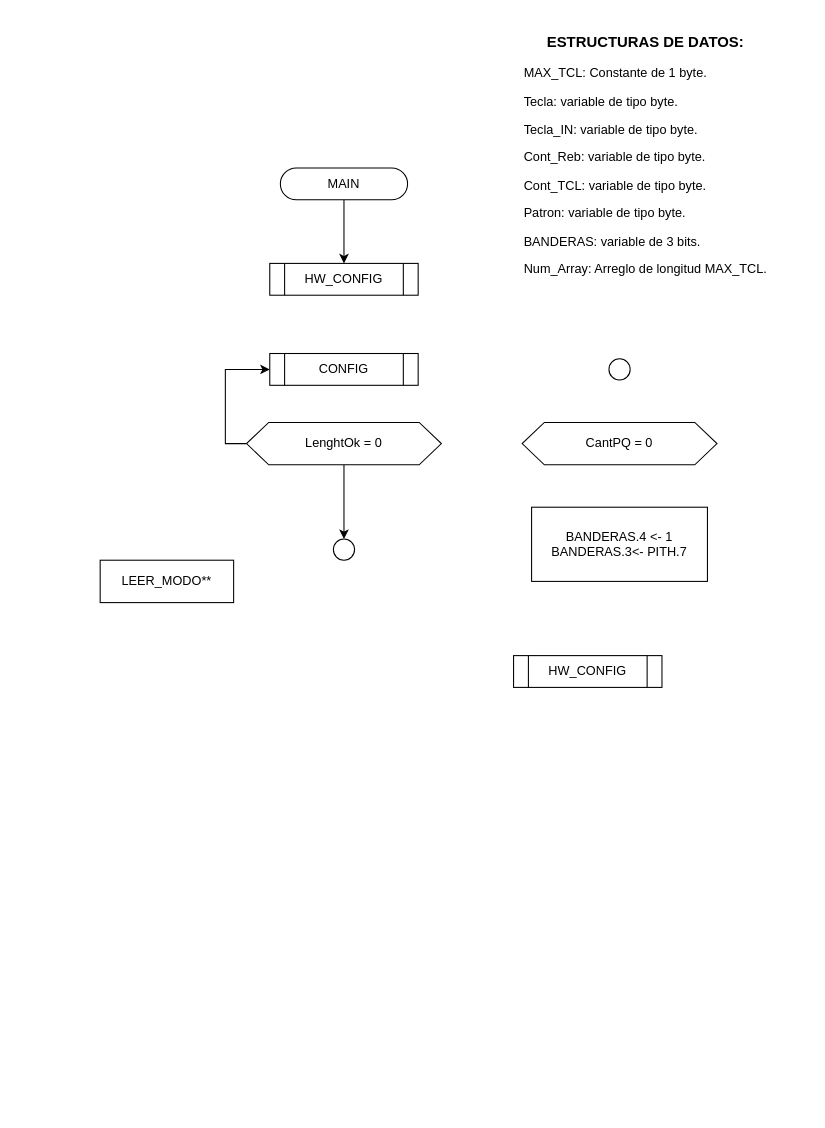
Above: Proyecto/diagrams/main.drawio in moisotico/Microprocesadores (draw.io), before the change. Source tidied: cells renumbered, new cells numbered last; positions are measured from the earlier drawing's top-left corner, leaving out a move shared by most shapes. Both pictures are drawn from the tidied source at 106%, with x=0, y=0 at pixel (100, 30).
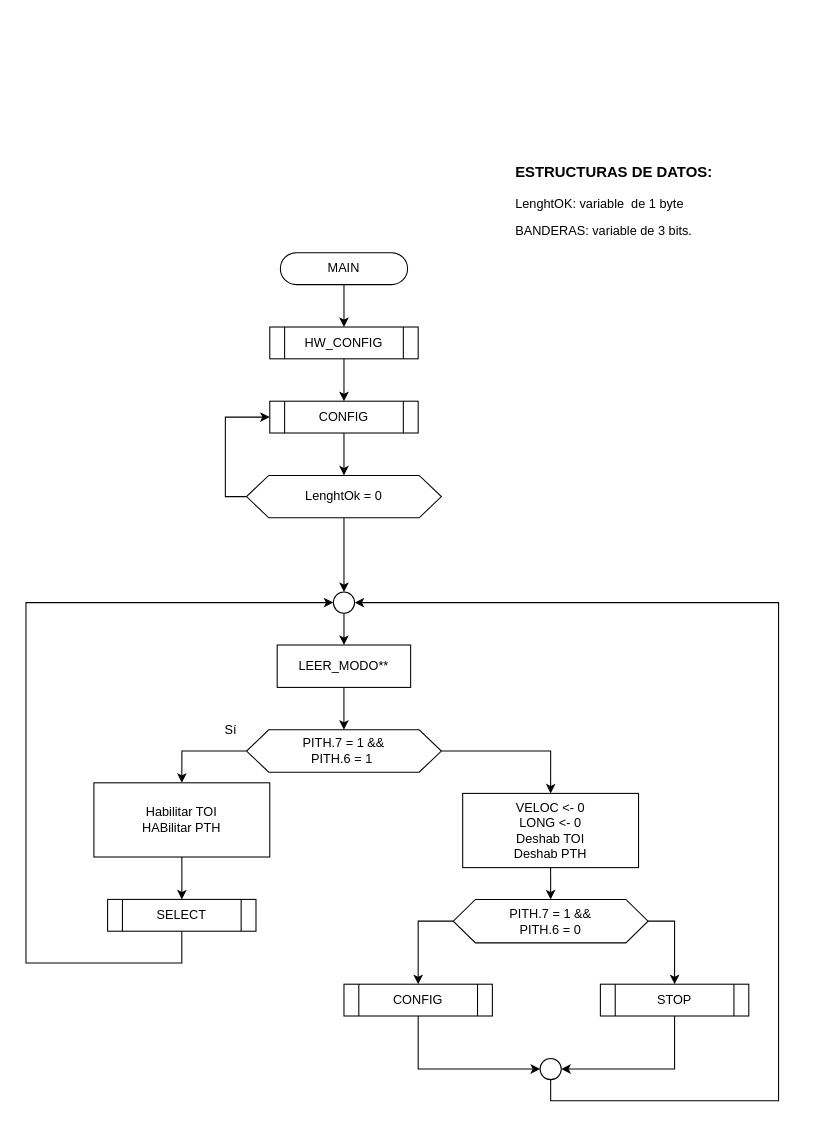
The same page after the edit.

The edit, as a diff of the source:
```diff
@@
     <mxCell id="3" value="MAIN" style="rounded=1;whiteSpace=wrap;html=1;fontSize=12;glass=0;strokeWidth=1;shadow=0;arcSize=50;" parent="1" vertex="1">
-      <mxGeometry x="170" y="130" width="120" height="30" as="geometry" />
+      <mxGeometry x="170" y="210" width="120" height="30" as="geometry" />
     </mxCell>
-    <mxCell id="4" value="&lt;h3 style=&quot;text-align: center&quot;&gt;ESTRUCTURAS DE DATOS:&lt;/h3&gt;&lt;p&gt;MAX_TCL: Constante de 1 byte.&lt;/p&gt;&lt;p&gt;Tecla: variable de tipo byte.&lt;/p&gt;&lt;p&gt;Tecla_IN: variable de tipo byte.&lt;/p&gt;&lt;p&gt;Cont_Reb: variable de tipo byte.&lt;br&gt;&lt;/p&gt;&lt;p&gt;Cont_TCL: variable de tipo byte.&lt;/p&gt;&lt;p&gt;Patron: variable de tipo byte.&lt;br&gt;&lt;/p&gt;&lt;p&gt;BANDERAS: variable de 3 bits.&lt;/p&gt;&lt;p&gt;Num_Array: Arreglo de longitud MAX_TCL.&lt;/p&gt;&lt;p&gt;&lt;br&gt;&lt;/p&gt;&lt;p&gt;&lt;/p&gt;" style="text;html=1;strokeColor=none;fillColor=none;align=left;verticalAlign=middle;whiteSpace=wrap;rounded=0;" parent="1" vertex="1">
-      <mxGeometry x="397.6" width="268.7" height="260" as="geometry" />
+    <mxCell id="4" value="&lt;h3 style=&quot;text-align: center&quot;&gt;ESTRUCTURAS DE DATOS:&lt;/h3&gt;&lt;p&gt;&lt;span&gt;LenghtOK: variable&amp;nbsp; de 1 byte&lt;/span&gt;&lt;/p&gt;&lt;p&gt;BANDERAS: variable de 3 bits.&lt;/p&gt;&lt;p&gt;&lt;/p&gt;" style="text;html=1;strokeColor=none;fillColor=none;align=left;verticalAlign=middle;whiteSpace=wrap;rounded=0;" parent="1" vertex="1">
+      <mxGeometry x="390" y="80" width="268.7" height="160" as="geometry" />
     </mxCell>
+    <mxCell id="16" style="edgeStyle=orthogonalEdgeStyle;rounded=0;jettySize=auto;html=1;exitX=0.5;exitY=1;exitDx=0;exitDy=0;entryX=0.5;entryY=0;entryDx=0;entryDy=0;" parent="1" edge="1" source="5" target="14">
+      <mxGeometry relative="1" as="geometry" />
+    </mxCell>
     <mxCell id="5" value="HW_CONFIG" style="shape=process;whiteSpace=wrap;html=1;backgroundOutline=1;" parent="1" vertex="1">
-      <mxGeometry x="160" y="220" width="140" height="30" as="geometry" />
+      <mxGeometry x="160" y="280" width="140" height="30" as="geometry" />
     </mxCell>
-    <mxCell id="6" style="ellipse;whiteSpace=wrap;html=1;" parent="1" vertex="1">
-      <mxGeometry x="480" y="310" width="20" height="20" as="geometry" />
-    </mxCell>
+    <mxCell id="17" style="edgeStyle=orthogonalEdgeStyle;rounded=0;jettySize=auto;html=1;exitX=1;exitY=0.5;exitDx=0;exitDy=0;entryX=0.5;entryY=0;entryDx=0;entryDy=0;" parent="1" edge="1" source="7" target="23">
+      <mxGeometry relative="1" as="geometry" />
+    </mxCell>
+    <mxCell id="18" style="edgeStyle=orthogonalEdgeStyle;rounded=0;jettySize=auto;html=1;exitX=0;exitY=0.5;exitDx=0;exitDy=0;entryX=0.5;entryY=0;entryDx=0;entryDy=0;" parent="1" edge="1" source="7" target="25">
+      <mxGeometry relative="1" as="geometry" />
+    </mxCell>
-    <mxCell id="7" value="CantPQ = 0" style="shape=hexagon;perimeter=hexagonPerimeter2;whiteSpace=wrap;html=1;size=0.11394117647058827;" parent="1" vertex="1">
-      <mxGeometry x="398.1" y="370" width="183.8" height="40" as="geometry" />
+    <mxCell id="7" value="&lt;span&gt;PITH.7 = 1 &amp;amp;&amp;amp;&lt;br&gt;&lt;/span&gt;PITH.6 = 1&amp;nbsp;&lt;span&gt;&lt;br&gt;&lt;/span&gt;" style="shape=hexagon;perimeter=hexagonPerimeter2;whiteSpace=wrap;html=1;size=0.11394117647058827;" parent="1" vertex="1">
+      <mxGeometry x="138.1" y="660" width="183.8" height="40" as="geometry" />
     </mxCell>
-    <mxCell id="8" value="&lt;span&gt;BANDERAS.4 &amp;lt;- 1&lt;br&gt;&lt;/span&gt;BANDERAS.3&amp;lt;- PITH.7" style="rounded=0;whiteSpace=wrap;html=1;" parent="1" vertex="1">
-      <mxGeometry x="407" y="450" width="165.9" height="70" as="geometry" />
-    </mxCell>
+    <mxCell id="19" style="edgeStyle=orthogonalEdgeStyle;rounded=0;jettySize=auto;html=1;exitX=0.5;exitY=1;exitDx=0;exitDy=0;" parent="1" edge="1" source="9" target="7">
+      <mxGeometry relative="1" as="geometry" />
+    </mxCell>
     <mxCell id="9" value="LEER_MODO**" style="rounded=0;whiteSpace=wrap;html=1;" parent="1" vertex="1">
-      <mxGeometry y="500" width="125.9" height="40" as="geometry" />
+      <mxGeometry x="167" y="580" width="125.9" height="40" as="geometry" />
     </mxCell>
@@
     <mxCell id="12" value="LenghtOk = 0" style="shape=hexagon;perimeter=hexagonPerimeter2;whiteSpace=wrap;html=1;size=0.11394117647058827;" parent="1" vertex="1">
-      <mxGeometry x="138.1" y="370" width="183.8" height="40" as="geometry" />
+      <mxGeometry x="138.1" y="420" width="183.8" height="40" as="geometry" />
     </mxCell>
-    <mxCell id="13" value="HW_CONFIG" style="shape=process;whiteSpace=wrap;html=1;backgroundOutline=1;" parent="1" vertex="1">
-      <mxGeometry x="390" y="590" width="140" height="30" as="geometry" />
-    </mxCell>
+    <mxCell id="20" style="edgeStyle=orthogonalEdgeStyle;rounded=0;jettySize=auto;html=1;exitX=0.5;exitY=1;exitDx=0;exitDy=0;" parent="1" edge="1" source="14" target="12">
+      <mxGeometry relative="1" as="geometry" />
+    </mxCell>
     <mxCell id="14" value="CONFIG" style="shape=process;whiteSpace=wrap;html=1;backgroundOutline=1;" parent="1" vertex="1">
-      <mxGeometry x="160" y="305" width="140" height="30" as="geometry" />
+      <mxGeometry x="160" y="350" width="140" height="30" as="geometry" />
     </mxCell>
+    <mxCell id="21" style="edgeStyle=orthogonalEdgeStyle;rounded=0;jettySize=auto;html=1;exitX=0.5;exitY=1;exitDx=0;exitDy=0;" parent="1" edge="1" source="15" target="9">
+      <mxGeometry relative="1" as="geometry" />
+    </mxCell>
     <mxCell id="15" style="ellipse;whiteSpace=wrap;html=1;" parent="1" vertex="1">
-      <mxGeometry x="220" y="480" width="20" height="20" as="geometry" />
+      <mxGeometry x="220" y="530" width="20" height="20" as="geometry" />
     </mxCell>
+    <mxCell id="22" style="edgeStyle=orthogonalEdgeStyle;rounded=0;jettySize=auto;html=1;exitX=0.5;exitY=1;exitDx=0;exitDy=0;entryX=0.5;entryY=0;entryDx=0;entryDy=0;" parent="1" edge="1" source="23" target="30">
+      <mxGeometry relative="1" as="geometry" />
+    </mxCell>
+    <mxCell id="23" value="VELOC &amp;lt;- 0&lt;br&gt;LONG &amp;lt;- 0&lt;br&gt;Deshab TOI&lt;br&gt;Deshab PTH" style="rounded=0;whiteSpace=wrap;html=1;" parent="1" vertex="1">
+      <mxGeometry x="342" y="720" width="165.9" height="70" as="geometry" />
+    </mxCell>
+    <mxCell id="24" style="edgeStyle=orthogonalEdgeStyle;rounded=0;jettySize=auto;html=1;exitX=0.5;exitY=1;exitDx=0;exitDy=0;" parent="1" edge="1" source="25" target="27">
+      <mxGeometry relative="1" as="geometry" />
+    </mxCell>
+    <mxCell id="25" value="Habilitar TOI&lt;br&gt;HABilitar PTH" style="rounded=0;whiteSpace=wrap;html=1;" parent="1" vertex="1">
+      <mxGeometry x="-5.9" y="710" width="165.9" height="70" as="geometry" />
+    </mxCell>
+    <mxCell id="26" style="edgeStyle=orthogonalEdgeStyle;rounded=0;jettySize=auto;html=1;exitX=0.5;exitY=1;exitDx=0;exitDy=0;entryX=0;entryY=0.5;entryDx=0;entryDy=0;" parent="1" edge="1" source="27" target="15">
+      <mxGeometry relative="1" as="geometry">
+        <Array as="points">
+          <mxPoint x="77" y="880" />
+          <mxPoint x="-70" y="880" />
+          <mxPoint x="-70" y="540" />
+        </Array>
+      </mxGeometry>
+    </mxCell>
+    <mxCell id="27" value="SELECT" style="shape=process;whiteSpace=wrap;html=1;backgroundOutline=1;" parent="1" vertex="1">
+      <mxGeometry x="7" y="820" width="140" height="30" as="geometry" />
+    </mxCell>
+    <mxCell id="28" style="edgeStyle=orthogonalEdgeStyle;rounded=0;jettySize=auto;html=1;exitX=0;exitY=0.5;exitDx=0;exitDy=0;" parent="1" edge="1" source="30" target="32">
+      <mxGeometry relative="1" as="geometry" />
+    </mxCell>
+    <mxCell id="29" style="edgeStyle=orthogonalEdgeStyle;rounded=0;jettySize=auto;html=1;exitX=1;exitY=0.5;exitDx=0;exitDy=0;entryX=0.5;entryY=0;entryDx=0;entryDy=0;" parent="1" edge="1" source="30" target="34">
+      <mxGeometry relative="1" as="geometry" />
+    </mxCell>
+    <mxCell id="30" value="&lt;span&gt;PITH.7 = 1 &amp;amp;&amp;amp;&lt;br&gt;&lt;/span&gt;PITH.6 = 0&lt;span&gt;&lt;br&gt;&lt;/span&gt;" style="shape=hexagon;perimeter=hexagonPerimeter2;whiteSpace=wrap;html=1;size=0.11394117647058827;" parent="1" vertex="1">
+      <mxGeometry x="333.1" y="820" width="183.8" height="41" as="geometry" />
+    </mxCell>
+    <mxCell id="31" style="edgeStyle=orthogonalEdgeStyle;rounded=0;jettySize=auto;html=1;exitX=0.5;exitY=1;exitDx=0;exitDy=0;entryX=0;entryY=0.5;entryDx=0;entryDy=0;" parent="1" edge="1" source="32" target="36">
+      <mxGeometry relative="1" as="geometry" />
+    </mxCell>
+    <mxCell id="32" value="CONFIG" style="shape=process;whiteSpace=wrap;html=1;backgroundOutline=1;" parent="1" vertex="1">
+      <mxGeometry x="230" y="900" width="140" height="30" as="geometry" />
+    </mxCell>
+    <mxCell id="33" style="edgeStyle=orthogonalEdgeStyle;rounded=0;jettySize=auto;html=1;exitX=0.5;exitY=1;exitDx=0;exitDy=0;entryX=1;entryY=0.5;entryDx=0;entryDy=0;" parent="1" edge="1" source="34" target="36">
+      <mxGeometry relative="1" as="geometry" />
+    </mxCell>
+    <mxCell id="34" value="STOP" style="shape=process;whiteSpace=wrap;html=1;backgroundOutline=1;" parent="1" vertex="1">
+      <mxGeometry x="471.9" y="900" width="140" height="30" as="geometry" />
+    </mxCell>
+    <mxCell id="35" style="edgeStyle=orthogonalEdgeStyle;rounded=0;jettySize=auto;html=1;exitX=0.5;exitY=1;exitDx=0;exitDy=0;entryX=1;entryY=0.5;entryDx=0;entryDy=0;" parent="1" edge="1" source="36" target="15">
+      <mxGeometry relative="1" as="geometry">
+        <Array as="points">
+          <mxPoint x="425" y="1010" />
+          <mxPoint x="640" y="1010" />
+          <mxPoint x="640" y="540" />
+        </Array>
+      </mxGeometry>
+    </mxCell>
+    <mxCell id="36" style="ellipse;whiteSpace=wrap;html=1;" parent="1" vertex="1">
+      <mxGeometry x="415" y="970" width="20" height="20" as="geometry" />
+    </mxCell>
+    <mxCell id="37" value="Sí" style="text;html=1;align=center;verticalAlign=middle;" parent="1" vertex="1">
+      <mxGeometry x="108.1" y="650" width="30" height="20" as="geometry" />
+    </mxCell>
```
